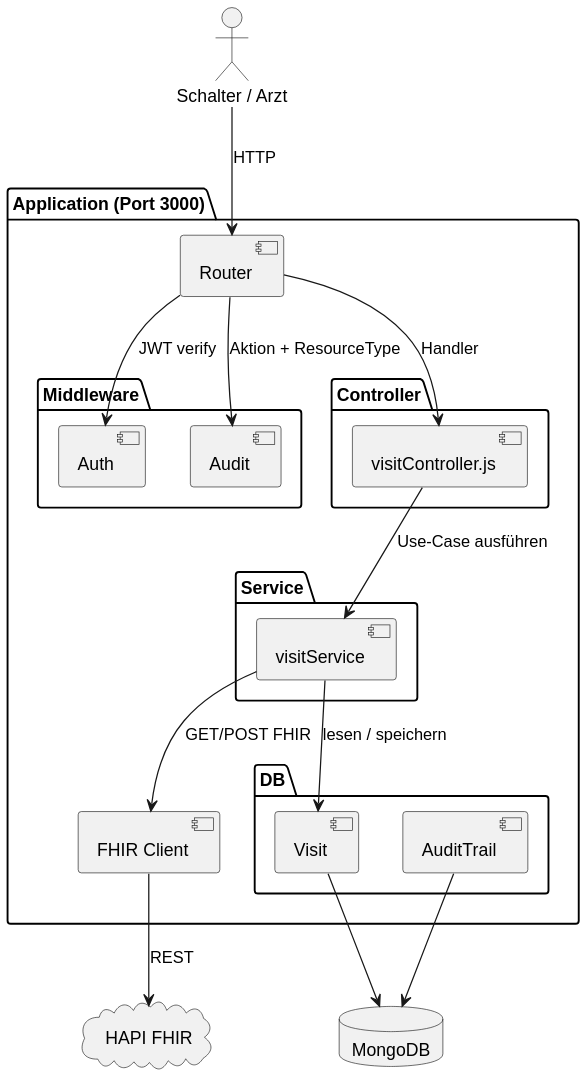
Before: docs/Architecture.svg, a diagram exported from PlantUML (TimeDelayed/Medikation-eRezept-slice).
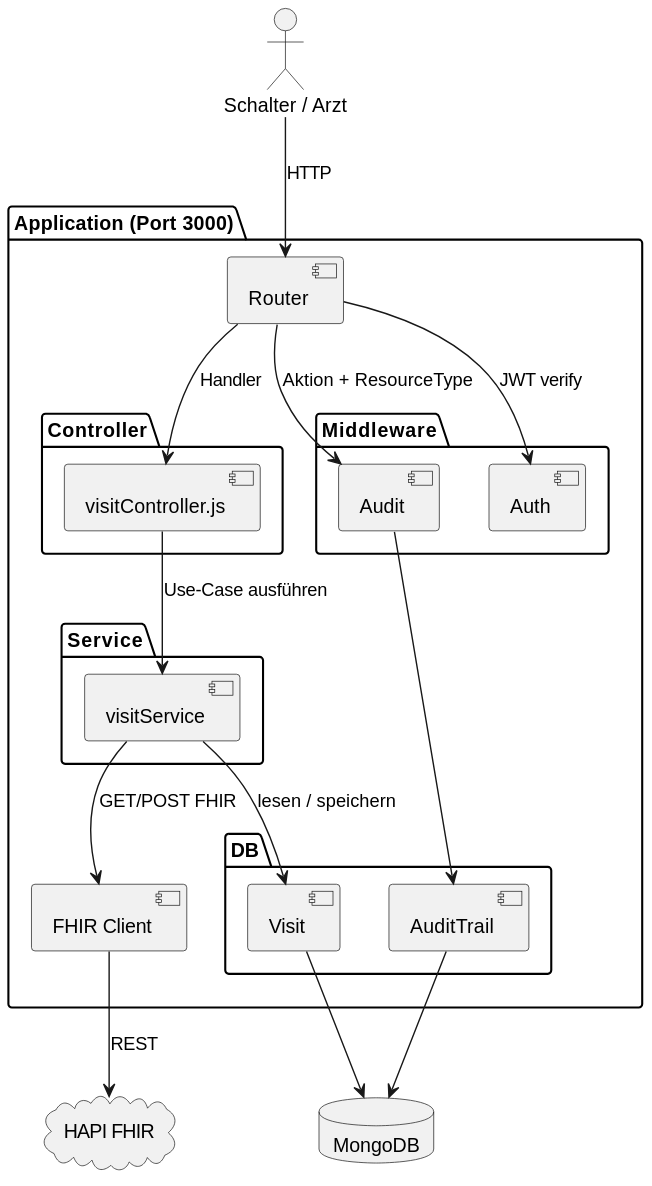
The same diagram one commit later.

Diff of the diagram source:
```diff
@@ -42,6 +42,7 @@
 
 FhirClient --> FHIR : REST
 
+Audit --> AuditModel
 
 VisitModel --> Mongo
 AuditModel --> Mongo
```
